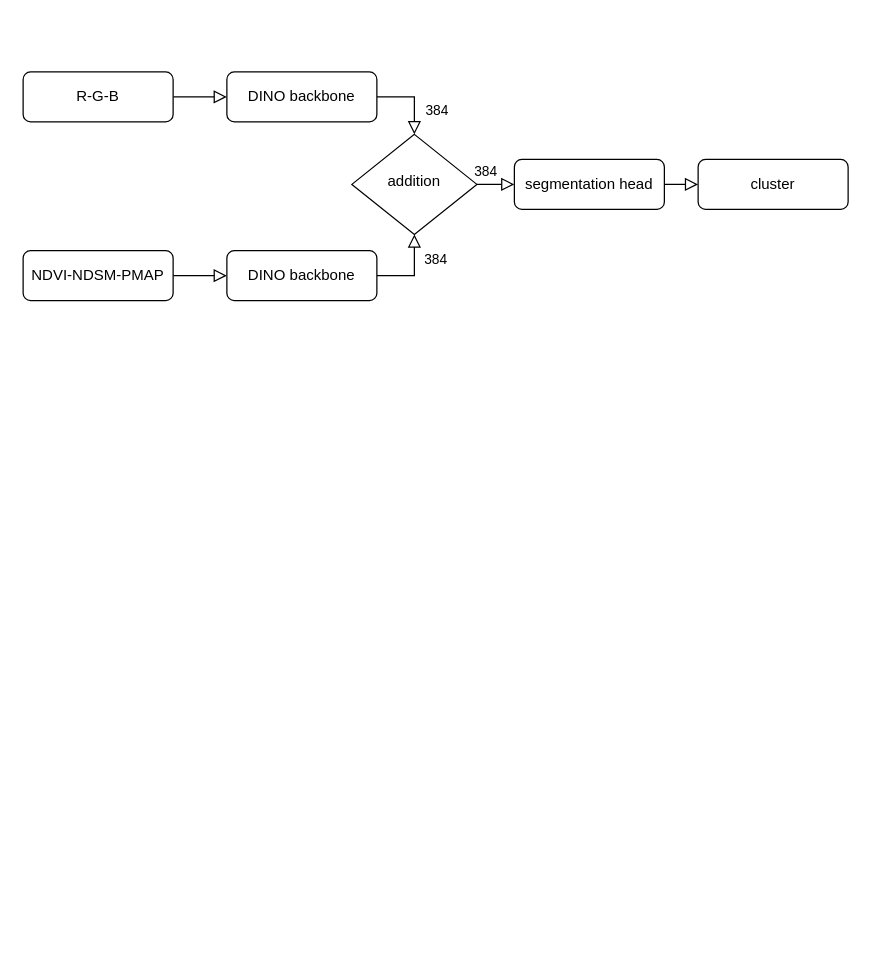
This is Unbenanntes Diagramm.drawio from larsfw/gmv-trainer2022, a draw.io file, before an edit. Source tidied: cells renumbered, new cells numbered last; positions are measured from the earlier drawing's top-left corner, leaving out a move shared by most shapes. Both pictures are drawn from the tidied source at 125%, with x=0, y=0 at pixel (22, 71).
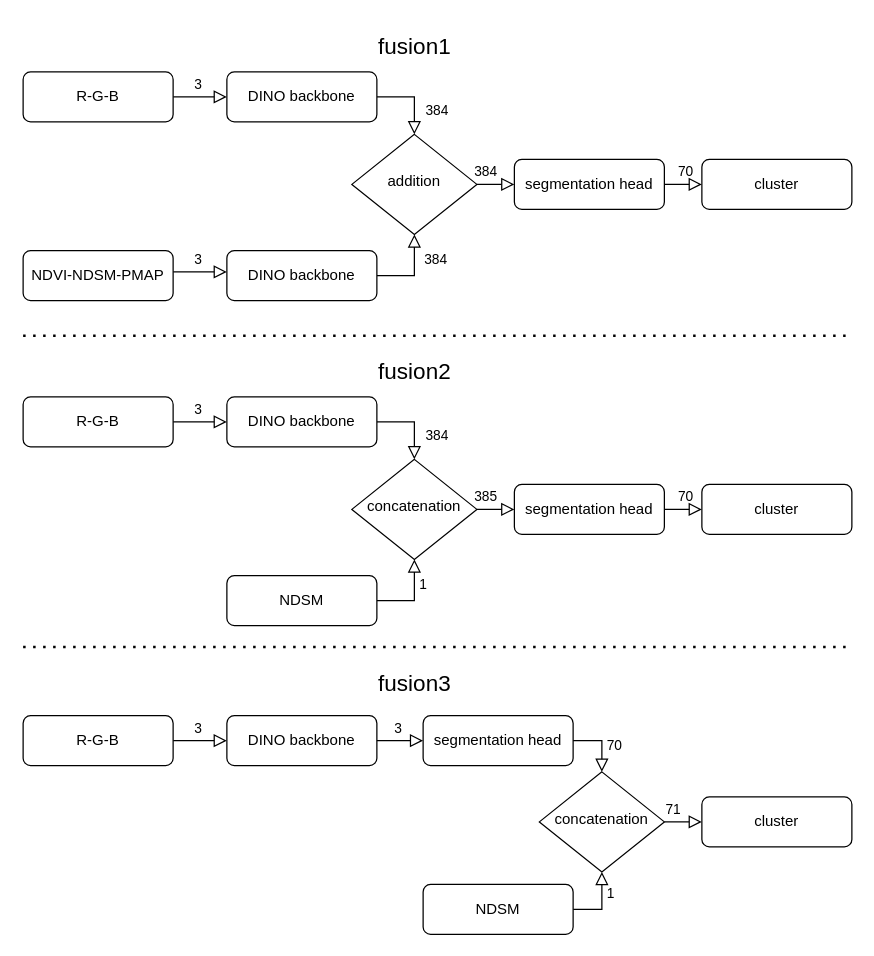
The same page after the edit.

Unchanged cells that the change refers to:
```xml
<mxCell id="5" value="DINO backbone" style="rounded=1;whiteSpace=wrap;html=1;fontSize=12;glass=0;strokeWidth=1;shadow=0;" parent="1" vertex="1">
  <mxGeometry x="163" width="120" height="40" as="geometry" />
</mxCell>
<mxCell id="7" value="segmentation head" style="rounded=1;whiteSpace=wrap;html=1;fontSize=12;glass=0;strokeWidth=1;shadow=0;" parent="1" vertex="1">
  <mxGeometry x="393" y="70" width="120" height="40" as="geometry" />
</mxCell>
<mxCell id="8" value="R-G-B" style="rounded=1;whiteSpace=wrap;html=1;fontSize=12;glass=0;strokeWidth=1;shadow=0;" parent="1" vertex="1">
  <mxGeometry width="120" height="40" as="geometry" />
</mxCell>
<mxCell id="11" value="DINO backbone" style="rounded=1;whiteSpace=wrap;html=1;fontSize=12;glass=0;strokeWidth=1;shadow=0;" parent="1" vertex="1">
  <mxGeometry x="163" y="143" width="120" height="40" as="geometry" />
</mxCell>
<mxCell id="12" value="NDVI-NDSM-PMAP" style="rounded=1;whiteSpace=wrap;html=1;fontSize=12;glass=0;strokeWidth=1;shadow=0;" parent="1" vertex="1">
  <mxGeometry y="143" width="120" height="40" as="geometry" />
</mxCell>
```

Change to the diagram source:
```diff
@@
-    <mxCell id="4" style="rounded=0;html=1;jettySize=auto;fontSize=11;endArrow=block;endFill=0;endSize=8;strokeWidth=1;shadow=0;labelBackgroundColor=none;edgeStyle=orthogonalEdgeStyle;" parent="1" edge="1" source="8" target="5">
-      <mxGeometry relative="1" as="geometry" />
+    <mxCell id="4" value="3" style="rounded=0;html=1;jettySize=auto;fontSize=11;endArrow=block;endFill=0;endSize=8;strokeWidth=1;shadow=0;labelBackgroundColor=none;edgeStyle=orthogonalEdgeStyle;" parent="1" edge="1" source="8" target="5">
+      <mxGeometry x="-0.07" y="10" relative="1" as="geometry" />
     </mxCell>
@@
-    <mxCell id="10" style="rounded=0;html=1;jettySize=auto;fontSize=11;endArrow=block;endFill=0;endSize=8;strokeWidth=1;shadow=0;labelBackgroundColor=none;edgeStyle=orthogonalEdgeStyle;" parent="1" edge="1" source="12" target="11">
-      <mxGeometry relative="1" as="geometry" />
+    <mxCell id="10" value="3" style="rounded=0;html=1;jettySize=auto;fontSize=11;endArrow=block;endFill=0;endSize=8;strokeWidth=1;shadow=0;labelBackgroundColor=none;edgeStyle=orthogonalEdgeStyle;" parent="1" edge="1" source="12" target="11">
+      <mxGeometry x="-0.07" y="10" relative="1" as="geometry">
+        <Array as="points">
+          <mxPoint x="140" y="160" />
+          <mxPoint x="140" y="160" />
+        </Array>
+      </mxGeometry>
     </mxCell>
@@
     <mxCell id="14" value="cluster" style="rounded=1;whiteSpace=wrap;html=1;fontSize=12;glass=0;strokeWidth=1;shadow=0;" parent="1" vertex="1">
-      <mxGeometry x="540" y="70" width="120" height="40" as="geometry" />
+      <mxGeometry x="543" y="70" width="120" height="40" as="geometry" />
     </mxCell>
-    <mxCell id="15" style="rounded=0;html=1;jettySize=auto;fontSize=11;endArrow=block;endFill=0;endSize=8;strokeWidth=1;shadow=0;labelBackgroundColor=none;edgeStyle=orthogonalEdgeStyle;exitX=1;exitY=0.5;exitDx=0;exitDy=0;entryX=0;entryY=0.5;entryDx=0;entryDy=0;" parent="1" edge="1" source="7" target="14">
-      <mxGeometry relative="1" as="geometry" />
+    <mxCell id="15" value="70" style="rounded=0;html=1;jettySize=auto;fontSize=11;endArrow=block;endFill=0;endSize=8;strokeWidth=1;shadow=0;labelBackgroundColor=none;edgeStyle=orthogonalEdgeStyle;exitX=1;exitY=0.5;exitDx=0;exitDy=0;entryX=0;entryY=0.5;entryDx=0;entryDy=0;" parent="1" edge="1" source="7" target="14">
+      <mxGeometry x="0.13" y="10" relative="1" as="geometry" />
     </mxCell>
+    <mxCell id="16" style="rounded=0;html=1;jettySize=auto;fontSize=11;endArrow=block;endFill=0;endSize=8;strokeWidth=1;shadow=0;labelBackgroundColor=none;edgeStyle=orthogonalEdgeStyle;exitX=1;exitY=0.5;exitDx=0;exitDy=0;" parent="1" edge="1" source="19" target="20">
+      <mxGeometry relative="1" as="geometry" />
+    </mxCell>
+    <mxCell id="17" value="384" style="edgeLabel;html=1;align=center;verticalAlign=middle;" parent="16" vertex="1">
+      <mxGeometry x="-0.13" y="-3" relative="1" as="geometry">
+        <mxPoint x="21" y="7" as="offset" />
+      </mxGeometry>
+    </mxCell>
+    <mxCell id="18" value="3" style="rounded=0;html=1;jettySize=auto;fontSize=11;endArrow=block;endFill=0;endSize=8;strokeWidth=1;shadow=0;labelBackgroundColor=none;edgeStyle=orthogonalEdgeStyle;" parent="1" edge="1" source="22" target="19">
+      <mxGeometry x="-0.07" y="10" relative="1" as="geometry" />
+    </mxCell>
+    <mxCell id="19" value="DINO backbone" style="rounded=1;whiteSpace=wrap;html=1;fontSize=12;glass=0;strokeWidth=1;shadow=0;" parent="1" vertex="1">
+      <mxGeometry x="163" y="260" width="120" height="40" as="geometry" />
+    </mxCell>
+    <mxCell id="20" value="concatenation" style="rhombus;whiteSpace=wrap;html=1;shadow=0;fontFamily=Helvetica;fontSize=12;align=center;strokeWidth=1;spacing=6;spacingTop=-4;" parent="1" vertex="1">
+      <mxGeometry x="263" y="310" width="100" height="80" as="geometry" />
+    </mxCell>
+    <mxCell id="21" value="segmentation head" style="rounded=1;whiteSpace=wrap;html=1;fontSize=12;glass=0;strokeWidth=1;shadow=0;" parent="1" vertex="1">
+      <mxGeometry x="393" y="330" width="120" height="40" as="geometry" />
+    </mxCell>
+    <mxCell id="22" value="R-G-B" style="rounded=1;whiteSpace=wrap;html=1;fontSize=12;glass=0;strokeWidth=1;shadow=0;" parent="1" vertex="1">
+      <mxGeometry y="260" width="120" height="40" as="geometry" />
+    </mxCell>
+    <mxCell id="23" value="1" style="rounded=0;html=1;jettySize=auto;fontSize=11;endArrow=block;endFill=0;endSize=8;strokeWidth=1;shadow=0;labelBackgroundColor=none;edgeStyle=orthogonalEdgeStyle;exitX=1;exitY=0.5;exitDx=0;exitDy=0;entryX=0.5;entryY=1;entryDx=0;entryDy=0;" parent="1" edge="1" source="24" target="20">
+      <mxGeometry x="0.37" y="-7" relative="1" as="geometry" />
+    </mxCell>
+    <mxCell id="24" value="NDSM" style="rounded=1;whiteSpace=wrap;html=1;fontSize=12;glass=0;strokeWidth=1;shadow=0;" parent="1" vertex="1">
+      <mxGeometry x="163" y="403" width="120" height="40" as="geometry" />
+    </mxCell>
+    <mxCell id="25" value="385" style="rounded=0;html=1;jettySize=auto;fontSize=11;endArrow=block;endFill=0;endSize=8;strokeWidth=1;shadow=0;labelBackgroundColor=none;edgeStyle=orthogonalEdgeStyle;exitX=1;exitY=0.5;exitDx=0;exitDy=0;entryX=0;entryY=0.5;entryDx=0;entryDy=0;" parent="1" edge="1" source="20" target="21">
+      <mxGeometry x="-0.53" y="10" relative="1" as="geometry" />
+    </mxCell>
+    <mxCell id="26" value="cluster" style="rounded=1;whiteSpace=wrap;html=1;fontSize=12;glass=0;strokeWidth=1;shadow=0;" parent="1" vertex="1">
+      <mxGeometry x="543" y="330" width="120" height="40" as="geometry" />
+    </mxCell>
+    <mxCell id="27" value="70" style="rounded=0;html=1;jettySize=auto;fontSize=11;endArrow=block;endFill=0;endSize=8;strokeWidth=1;shadow=0;labelBackgroundColor=none;edgeStyle=orthogonalEdgeStyle;exitX=1;exitY=0.5;exitDx=0;exitDy=0;entryX=0;entryY=0.5;entryDx=0;entryDy=0;" parent="1" edge="1" source="21" target="26">
+      <mxGeometry x="0.13" y="10" relative="1" as="geometry" />
+    </mxCell>
+    <mxCell id="28" value="3" style="rounded=0;html=1;jettySize=auto;fontSize=11;endArrow=block;endFill=0;endSize=8;strokeWidth=1;shadow=0;labelBackgroundColor=none;edgeStyle=orthogonalEdgeStyle;" parent="1" edge="1" source="31" target="29">
+      <mxGeometry x="-0.07" y="10" relative="1" as="geometry" />
+    </mxCell>
+    <mxCell id="29" value="DINO backbone" style="rounded=1;whiteSpace=wrap;html=1;fontSize=12;glass=0;strokeWidth=1;shadow=0;" parent="1" vertex="1">
+      <mxGeometry x="163" y="515" width="120" height="40" as="geometry" />
+    </mxCell>
+    <mxCell id="30" value="segmentation head" style="rounded=1;whiteSpace=wrap;html=1;fontSize=12;glass=0;strokeWidth=1;shadow=0;" parent="1" vertex="1">
+      <mxGeometry x="320" y="515" width="120" height="40" as="geometry" />
+    </mxCell>
+    <mxCell id="31" value="R-G-B" style="rounded=1;whiteSpace=wrap;html=1;fontSize=12;glass=0;strokeWidth=1;shadow=0;" parent="1" vertex="1">
+      <mxGeometry y="515" width="120" height="40" as="geometry" />
+    </mxCell>
+    <mxCell id="32" value="cluster" style="rounded=1;whiteSpace=wrap;html=1;fontSize=12;glass=0;strokeWidth=1;shadow=0;" parent="1" vertex="1">
+      <mxGeometry x="543" y="580" width="120" height="40" as="geometry" />
+    </mxCell>
+    <mxCell id="33" value="70" style="rounded=0;html=1;jettySize=auto;fontSize=11;endArrow=block;endFill=0;endSize=8;strokeWidth=1;shadow=0;labelBackgroundColor=none;edgeStyle=orthogonalEdgeStyle;exitX=1;exitY=0.5;exitDx=0;exitDy=0;entryX=0.5;entryY=0;entryDx=0;entryDy=0;" parent="1" edge="1" source="30" target="35">
+      <mxGeometry x="0.13" y="10" relative="1" as="geometry" />
+    </mxCell>
+    <mxCell id="34" value="3" style="rounded=0;html=1;jettySize=auto;fontSize=11;endArrow=block;endFill=0;endSize=8;strokeWidth=1;shadow=0;labelBackgroundColor=none;edgeStyle=orthogonalEdgeStyle;exitX=1;exitY=0.5;exitDx=0;exitDy=0;entryX=0;entryY=0.5;entryDx=0;entryDy=0;" parent="1" edge="1" source="29" target="30">
+      <mxGeometry x="-0.07" y="10" relative="1" as="geometry" />
+    </mxCell>
+    <mxCell id="35" value="concatenation" style="rhombus;whiteSpace=wrap;html=1;shadow=0;fontFamily=Helvetica;fontSize=12;align=center;strokeWidth=1;spacing=6;spacingTop=-4;" parent="1" vertex="1">
+      <mxGeometry x="413" y="560" width="100" height="80" as="geometry" />
+    </mxCell>
+    <mxCell id="36" value="1" style="rounded=0;html=1;jettySize=auto;fontSize=11;endArrow=block;endFill=0;endSize=8;strokeWidth=1;shadow=0;labelBackgroundColor=none;edgeStyle=orthogonalEdgeStyle;exitX=1;exitY=0.5;exitDx=0;exitDy=0;entryX=0.5;entryY=1;entryDx=0;entryDy=0;" parent="1" edge="1" source="37" target="35">
+      <mxGeometry x="0.37" y="-7" relative="1" as="geometry" />
+    </mxCell>
+    <mxCell id="37" value="NDSM" style="rounded=1;whiteSpace=wrap;html=1;fontSize=12;glass=0;strokeWidth=1;shadow=0;" parent="1" vertex="1">
+      <mxGeometry x="320" y="650" width="120" height="40" as="geometry" />
+    </mxCell>
+    <mxCell id="38" value="71" style="rounded=0;html=1;jettySize=auto;fontSize=11;endArrow=block;endFill=0;endSize=8;strokeWidth=1;shadow=0;labelBackgroundColor=none;edgeStyle=orthogonalEdgeStyle;exitX=1;exitY=0.5;exitDx=0;exitDy=0;entryX=0;entryY=0.5;entryDx=0;entryDy=0;" parent="1" edge="1" source="35">
+      <mxGeometry x="-0.53" y="10" relative="1" as="geometry">
+        <mxPoint x="543" y="600" as="targetPoint" />
+      </mxGeometry>
+    </mxCell>
+    <mxCell id="39" value="fusion1" style="text;strokeColor=none;fillColor=none;html=1;fontSize=18;fontStyle=0;verticalAlign=middle;align=center;" parent="1" vertex="1">
+      <mxGeometry x="263" y="-40" width="100" height="40" as="geometry" />
+    </mxCell>
+    <mxCell id="40" value="fusion2" style="text;strokeColor=none;fillColor=none;html=1;fontSize=18;fontStyle=0;verticalAlign=middle;align=center;" parent="1" vertex="1">
+      <mxGeometry x="263" y="220" width="100" height="40" as="geometry" />
+    </mxCell>
+    <mxCell id="41" value="fusion3" style="text;strokeColor=none;fillColor=none;html=1;fontSize=18;fontStyle=0;verticalAlign=middle;align=center;" parent="1" vertex="1">
+      <mxGeometry x="263" y="470" width="100" height="40" as="geometry" />
+    </mxCell>
+    <mxCell id="42" style="endArrow=none;dashed=1;html=1;dashPattern=1 3;strokeWidth=2;rounded=0;" parent="1" edge="1">
+      <mxGeometry relative="1" as="geometry">
+        <mxPoint y="211" as="sourcePoint" />
+        <mxPoint x="660" y="211" as="targetPoint" />
+      </mxGeometry>
+    </mxCell>
+    <mxCell id="43" style="endArrow=none;dashed=1;html=1;dashPattern=1 3;strokeWidth=2;rounded=0;" parent="1" edge="1">
+      <mxGeometry relative="1" as="geometry">
+        <mxPoint y="460" as="sourcePoint" />
+        <mxPoint x="660" y="460" as="targetPoint" />
+      </mxGeometry>
+    </mxCell>
```
